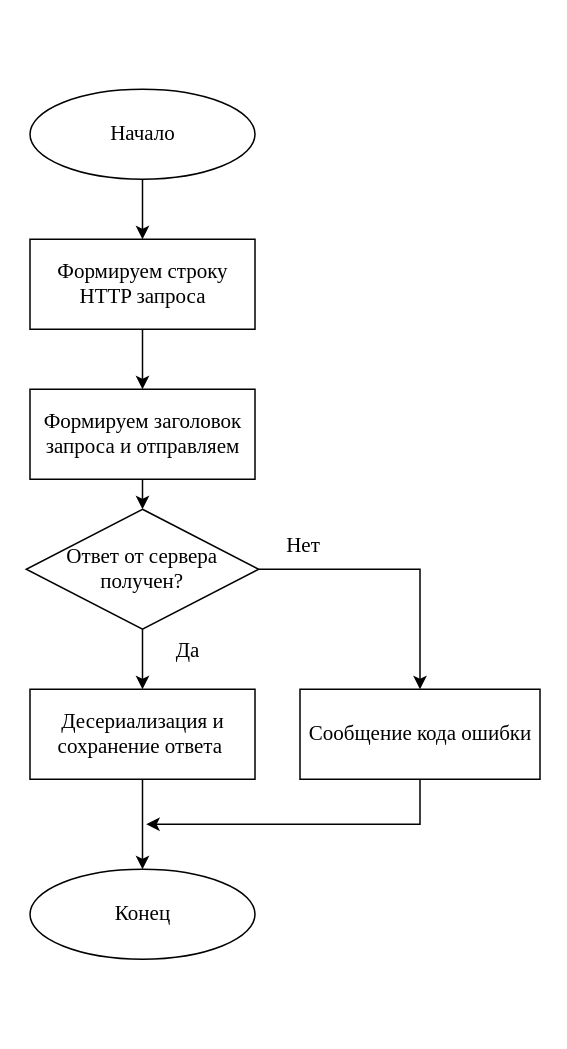
The draw.io diagram Spotify.drawio in Gorlysh/HMF, before the edit. Source tidied: cells renumbered, new cells numbered last; positions are measured from the earlier drawing's top-left corner, leaving out a move shared by most shapes. Both pictures are drawn from the tidied source at 150%, with x=0, y=0 at pixel (26, 88).
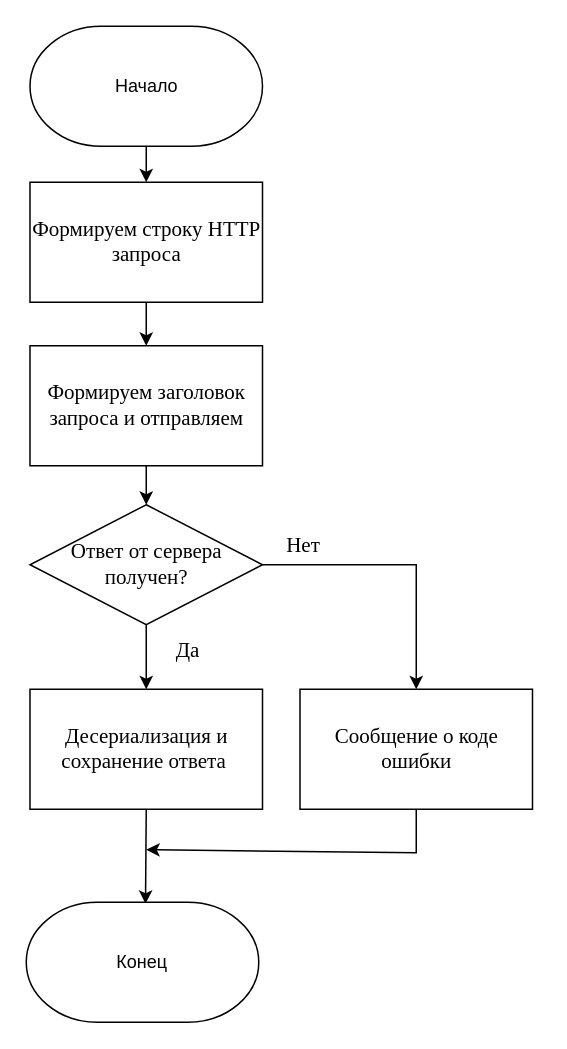
Above is the later version.

The edit, as a diff of the source:
```diff
@@
-    <mxCell id="2" value="&lt;font style=&quot;font-size: 14px;&quot; face=&quot;Times New Roman&quot;&gt;Начало&lt;/font&gt;" style="ellipse;whiteSpace=wrap;html=1;" parent="1" vertex="1">
-      <mxGeometry x="2.5" width="150" height="60" as="geometry" />
-    </mxCell>
-    <mxCell id="3" style="endArrow=classic;html=1;rounded=0;fontFamily=Times New Roman;fontSize=14;exitX=0.5;exitY=1;exitDx=0;exitDy=0;entryX=0.5;entryY=0;entryDx=0;entryDy=0;" parent="1" edge="1" source="2" target="4">
+    <mxCell id="3" style="endArrow=classic;html=1;rounded=0;fontFamily=Times New Roman;fontSize=14;exitX=0.5;exitY=1;exitDx=0;exitDy=0;entryX=0.5;entryY=0;entryDx=0;entryDy=0;exitPerimeter=0;" parent="1" edge="1" source="2" target="4">
       <mxGeometry relative="1" as="geometry" />
     </mxCell>
     <mxCell id="4" value="Формируем строку HTTP запроса" style="rounded=0;whiteSpace=wrap;html=1;fontFamily=Times New Roman;fontSize=14;" parent="1" vertex="1">
-      <mxGeometry x="2.5" y="100" width="150" height="60" as="geometry" />
+      <mxGeometry x="2.5" y="62" width="155" height="80" as="geometry" />
     </mxCell>
-    <mxCell id="5" style="endArrow=classic;html=1;rounded=0;fontFamily=Times New Roman;fontSize=14;exitX=0.5;exitY=1;exitDx=0;exitDy=0;" parent="1" edge="1" source="4">
-      <mxGeometry relative="1" as="geometry">
-        <mxPoint x="77.5" y="200" as="targetPoint" />
-      </mxGeometry>
+    <mxCell id="5" style="endArrow=classic;html=1;rounded=0;fontFamily=Times New Roman;fontSize=14;exitX=0.5;exitY=1;exitDx=0;exitDy=0;entryX=0.5;entryY=0;entryDx=0;entryDy=0;" parent="1" edge="1" source="4" target="6">
+      <mxGeometry relative="1" as="geometry" />
     </mxCell>
     <mxCell id="6" value="Формируем заголовок запроса и отправляем" style="rounded=0;whiteSpace=wrap;html=1;fontFamily=Times New Roman;fontSize=14;" parent="1" vertex="1">
-      <mxGeometry x="2.5" y="200" width="150" height="60" as="geometry" />
+      <mxGeometry x="2.5" y="171" width="155" height="80" as="geometry" />
     </mxCell>
     <mxCell id="7" value="Ответ от сервера получен?" style="rhombus;whiteSpace=wrap;html=1;fontFamily=Times New Roman;fontSize=14;" parent="1" vertex="1">
-      <mxGeometry y="280" width="155" height="80" as="geometry" />
+      <mxGeometry x="2.5" y="277" width="155" height="80" as="geometry" />
     </mxCell>
     <mxCell id="8" style="endArrow=classic;html=1;rounded=0;fontFamily=Times New Roman;fontSize=14;exitX=1;exitY=0.5;exitDx=0;exitDy=0;entryX=0.5;entryY=0;entryDx=0;entryDy=0;" parent="1" edge="1" source="7" target="9">
       <mxGeometry relative="1" as="geometry">
         <Array as="points">
-          <mxPoint x="262.5" y="320" />
+          <mxPoint x="260" y="317" />
         </Array>
       </mxGeometry>
     </mxCell>
-    <mxCell id="9" value="Сообщение кода ошибки" style="rounded=0;whiteSpace=wrap;html=1;fontFamily=Times New Roman;fontSize=14;" parent="1" vertex="1">
-      <mxGeometry x="182.5" y="400" width="160" height="60" as="geometry" />
+    <mxCell id="9" value="Сообщение о коде ошибки" style="rounded=0;whiteSpace=wrap;html=1;fontFamily=Times New Roman;fontSize=14;" parent="1" vertex="1">
+      <mxGeometry x="182.5" y="400" width="155" height="80" as="geometry" />
     </mxCell>
@@
     <mxCell id="11" value="Десериализация и сохранение ответа&amp;nbsp;" style="rounded=0;whiteSpace=wrap;html=1;fontFamily=Times New Roman;fontSize=14;" parent="1" vertex="1">
-      <mxGeometry x="2.5" y="400" width="150" height="60" as="geometry" />
+      <mxGeometry x="2.5" y="400" width="155" height="80" as="geometry" />
     </mxCell>
@@
-    <mxCell id="15" value="&lt;font style=&quot;font-size: 14px;&quot; face=&quot;Times New Roman&quot;&gt;Конец&lt;/font&gt;" style="ellipse;whiteSpace=wrap;html=1;" parent="1" vertex="1">
-      <mxGeometry x="2.5" y="520" width="150" height="60" as="geometry" />
-    </mxCell>
-    <mxCell id="16" style="endArrow=classic;html=1;rounded=0;fontFamily=Times New Roman;fontSize=14;exitX=0.5;exitY=1;exitDx=0;exitDy=0;entryX=0.5;entryY=0;entryDx=0;entryDy=0;" parent="1" edge="1" source="11" target="15">
+    <mxCell id="16" style="endArrow=classic;html=1;rounded=0;fontFamily=Times New Roman;fontSize=14;exitX=0.5;exitY=1;exitDx=0;exitDy=0;entryX=0.513;entryY=0.013;entryDx=0;entryDy=0;entryPerimeter=0;" parent="1" edge="1" source="11" target="15">
       <mxGeometry relative="1" as="geometry" />
     </mxCell>
     <mxCell id="17" style="endArrow=classic;html=1;rounded=0;fontFamily=Times New Roman;fontSize=14;exitX=0.5;exitY=1;exitDx=0;exitDy=0;" parent="1" edge="1" source="9">
       <mxGeometry relative="1" as="geometry">
-        <mxPoint x="80" y="490" as="targetPoint" />
+        <mxPoint x="80" y="507" as="targetPoint" />
         <Array as="points">
-          <mxPoint x="262.5" y="490" />
+          <mxPoint x="260" y="509" />
         </Array>
       </mxGeometry>
     </mxCell>
+    <mxCell id="2" value="Начало" style="strokeWidth=1;html=1;shape=mxgraph.flowchart.terminator;whiteSpace=wrap;" parent="1" vertex="1">
+      <mxGeometry x="2.5" y="-42" width="155" height="80" as="geometry" />
+    </mxCell>
+    <mxCell id="15" value="Конец" style="strokeWidth=1;html=1;shape=mxgraph.flowchart.terminator;whiteSpace=wrap;" parent="1" vertex="1">
+      <mxGeometry y="542" width="155" height="80" as="geometry" />
+    </mxCell>
```
